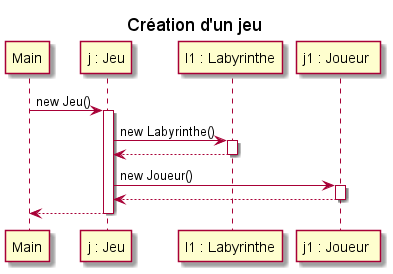
Above: documents/version_1/diagrammes/sequence/creerJeu.png in arnoux23u-IUTNC/2021_COO_Zeldiablo (PlantUML), before the change.
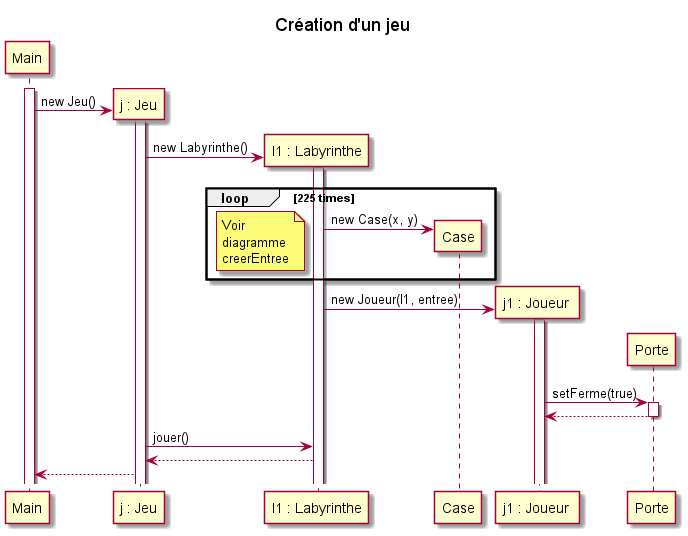
Later version of the same file.

What changed in the source:
```diff
@@ -5,19 +5,36 @@
 participant "Main" as main
 participant "j : Jeu" as j
 participant "l1 : Labyrinthe" as l1
-participant "j1 : Joueur " as j1
 
+create j
+activate main
 main -> j : new Jeu()
+create l1
 activate j
 j -> l1 : new Labyrinthe()
 activate l1
+create Case
+loop 225 times
+l1 -> Case : new Case(x, y)
+note left
+Voir
+diagramme
+creerEntree
+end note
+end
+participant "j1 : Joueur " as j1
+create j1
+l1 -> j1 : new Joueur(l1, entree)
+activate j1
+create Porte
+j1 -[hidden]-> Porte : new
+
+j1 -> Porte : setFerme(true)
+activate Porte
+Porte --> j1
+deactivate Porte
+j -> l1 : jouer()
 l1 --> j
-deactivate l1
-j -> j1 : new Joueur()
-activate j1
-j1 --> j
-deactivate j1
 j --> main
-deactivate j
 
 @enduml
```
